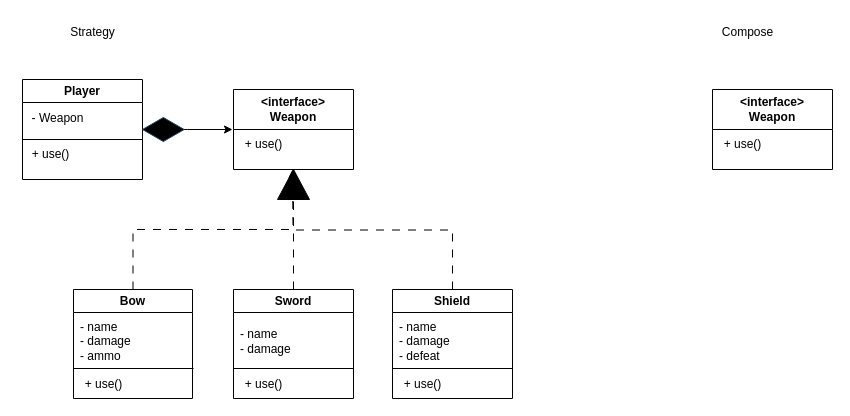
The draw.io diagram padroes/strategy/pattern/uml/Untitled Diagram.drawio in JhonatanLop/Bertoti, before the edit. Source tidied: cells renumbered, new cells numbered last; positions are measured from the earlier drawing's top-left corner, leaving out a move shared by most shapes. Both pictures are drawn from the tidied source at 100%, with x=0, y=0 at pixel (17, 17).
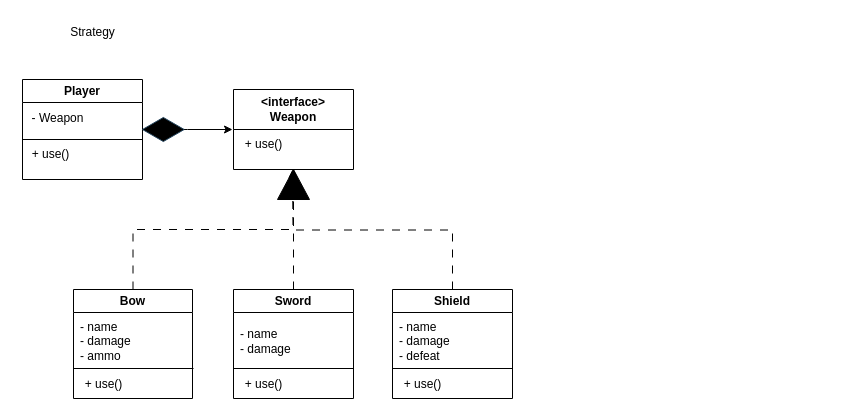
Above is the later version.

What changed in the source:
```diff
@@
-    <mxCell id="25" value="&lt;div&gt;&amp;lt;interface&amp;gt;&lt;/div&gt;&lt;div&gt;Weapon&lt;br&gt;&lt;/div&gt;" style="swimlane;whiteSpace=wrap;html=1;startSize=40;" parent="1" vertex="1">
-      <mxGeometry x="695" y="72" width="120" height="80" as="geometry" />
-    </mxCell>
-    <mxCell id="26" value="+ use()" style="text;html=1;align=center;verticalAlign=middle;strokeColor=none;fillColor=none;" parent="25" vertex="1">
-      <mxGeometry y="40" width="60" height="30" as="geometry" />
-    </mxCell>
-    <mxCell id="27" value="Compose" style="text;html=1;align=center;verticalAlign=middle;strokeColor=none;fillColor=none;" parent="1" vertex="1">
-      <mxGeometry x="695" width="70" height="30" as="geometry" />
-    </mxCell>
```
